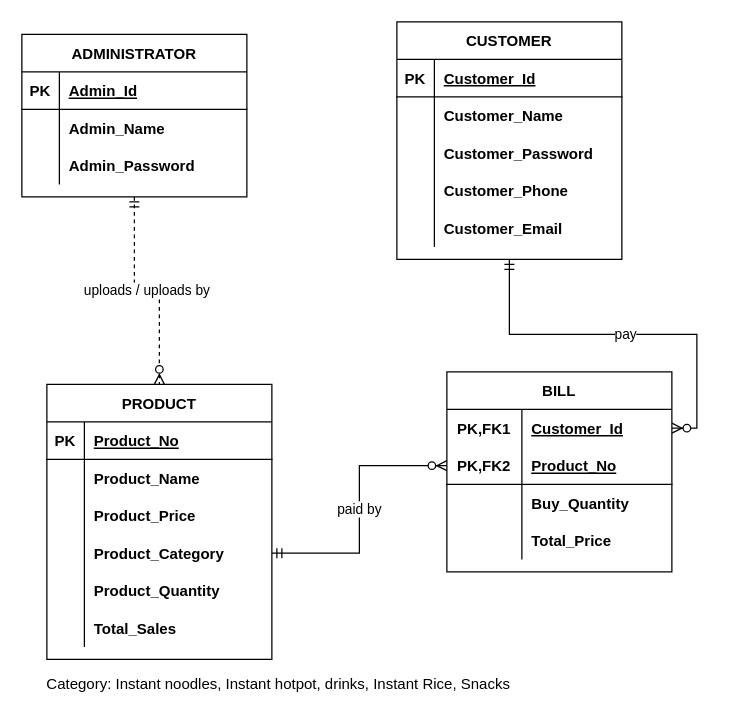
The draw.io diagram database_design/erd.drawio in Stephen-Sim/threshold_food, before the edit. Source tidied: cells renumbered, new cells numbered last; positions are measured from the earlier drawing's top-left corner, leaving out a move shared by most shapes. Both pictures are drawn from the tidied source at 125%, with x=0, y=0 at pixel (21, 21).
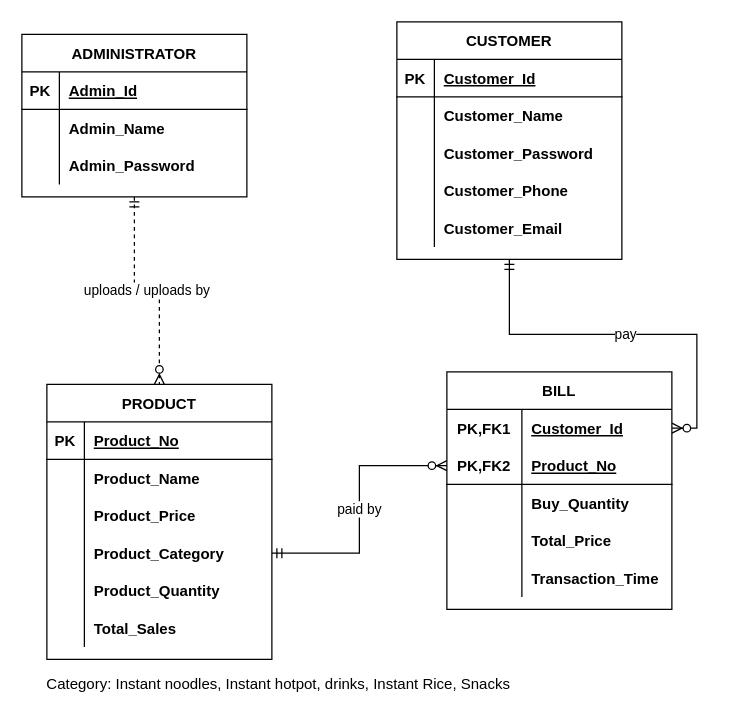
The same page after the edit.

Diff of the diagram source:
```diff
@@
     <mxCell id="49" value="BILL" style="shape=table;startSize=30;childLayout=tableLayout;rowLines=0;fontStyle=1;align=center;" parent="1" vertex="1">
-      <mxGeometry x="340" y="280" width="180" height="160" as="geometry" />
+      <mxGeometry x="340" y="280" width="180" height="190" as="geometry" />
     </mxCell>
@@
+    <mxCell id="64" style="shape=partialRectangle;fillColor=none;top=0;left=0;bottom=0;right=0;" parent="49" vertex="1">
+      <mxGeometry y="150" width="180" height="30" as="geometry" />
+    </mxCell>
+    <mxCell id="65" style="shape=partialRectangle;fillColor=none;top=0;left=0;bottom=0;right=0;overflow=hidden;" parent="64" vertex="1">
+      <mxGeometry width="60" height="30" as="geometry" />
+    </mxCell>
+    <mxCell id="66" value="Transaction_Time" style="shape=partialRectangle;fillColor=none;top=0;left=0;bottom=0;right=0;align=left;spacingLeft=6;overflow=hidden;fontStyle=1;" parent="64" vertex="1">
+      <mxGeometry x="60" width="120" height="30" as="geometry" />
+    </mxCell>
```
